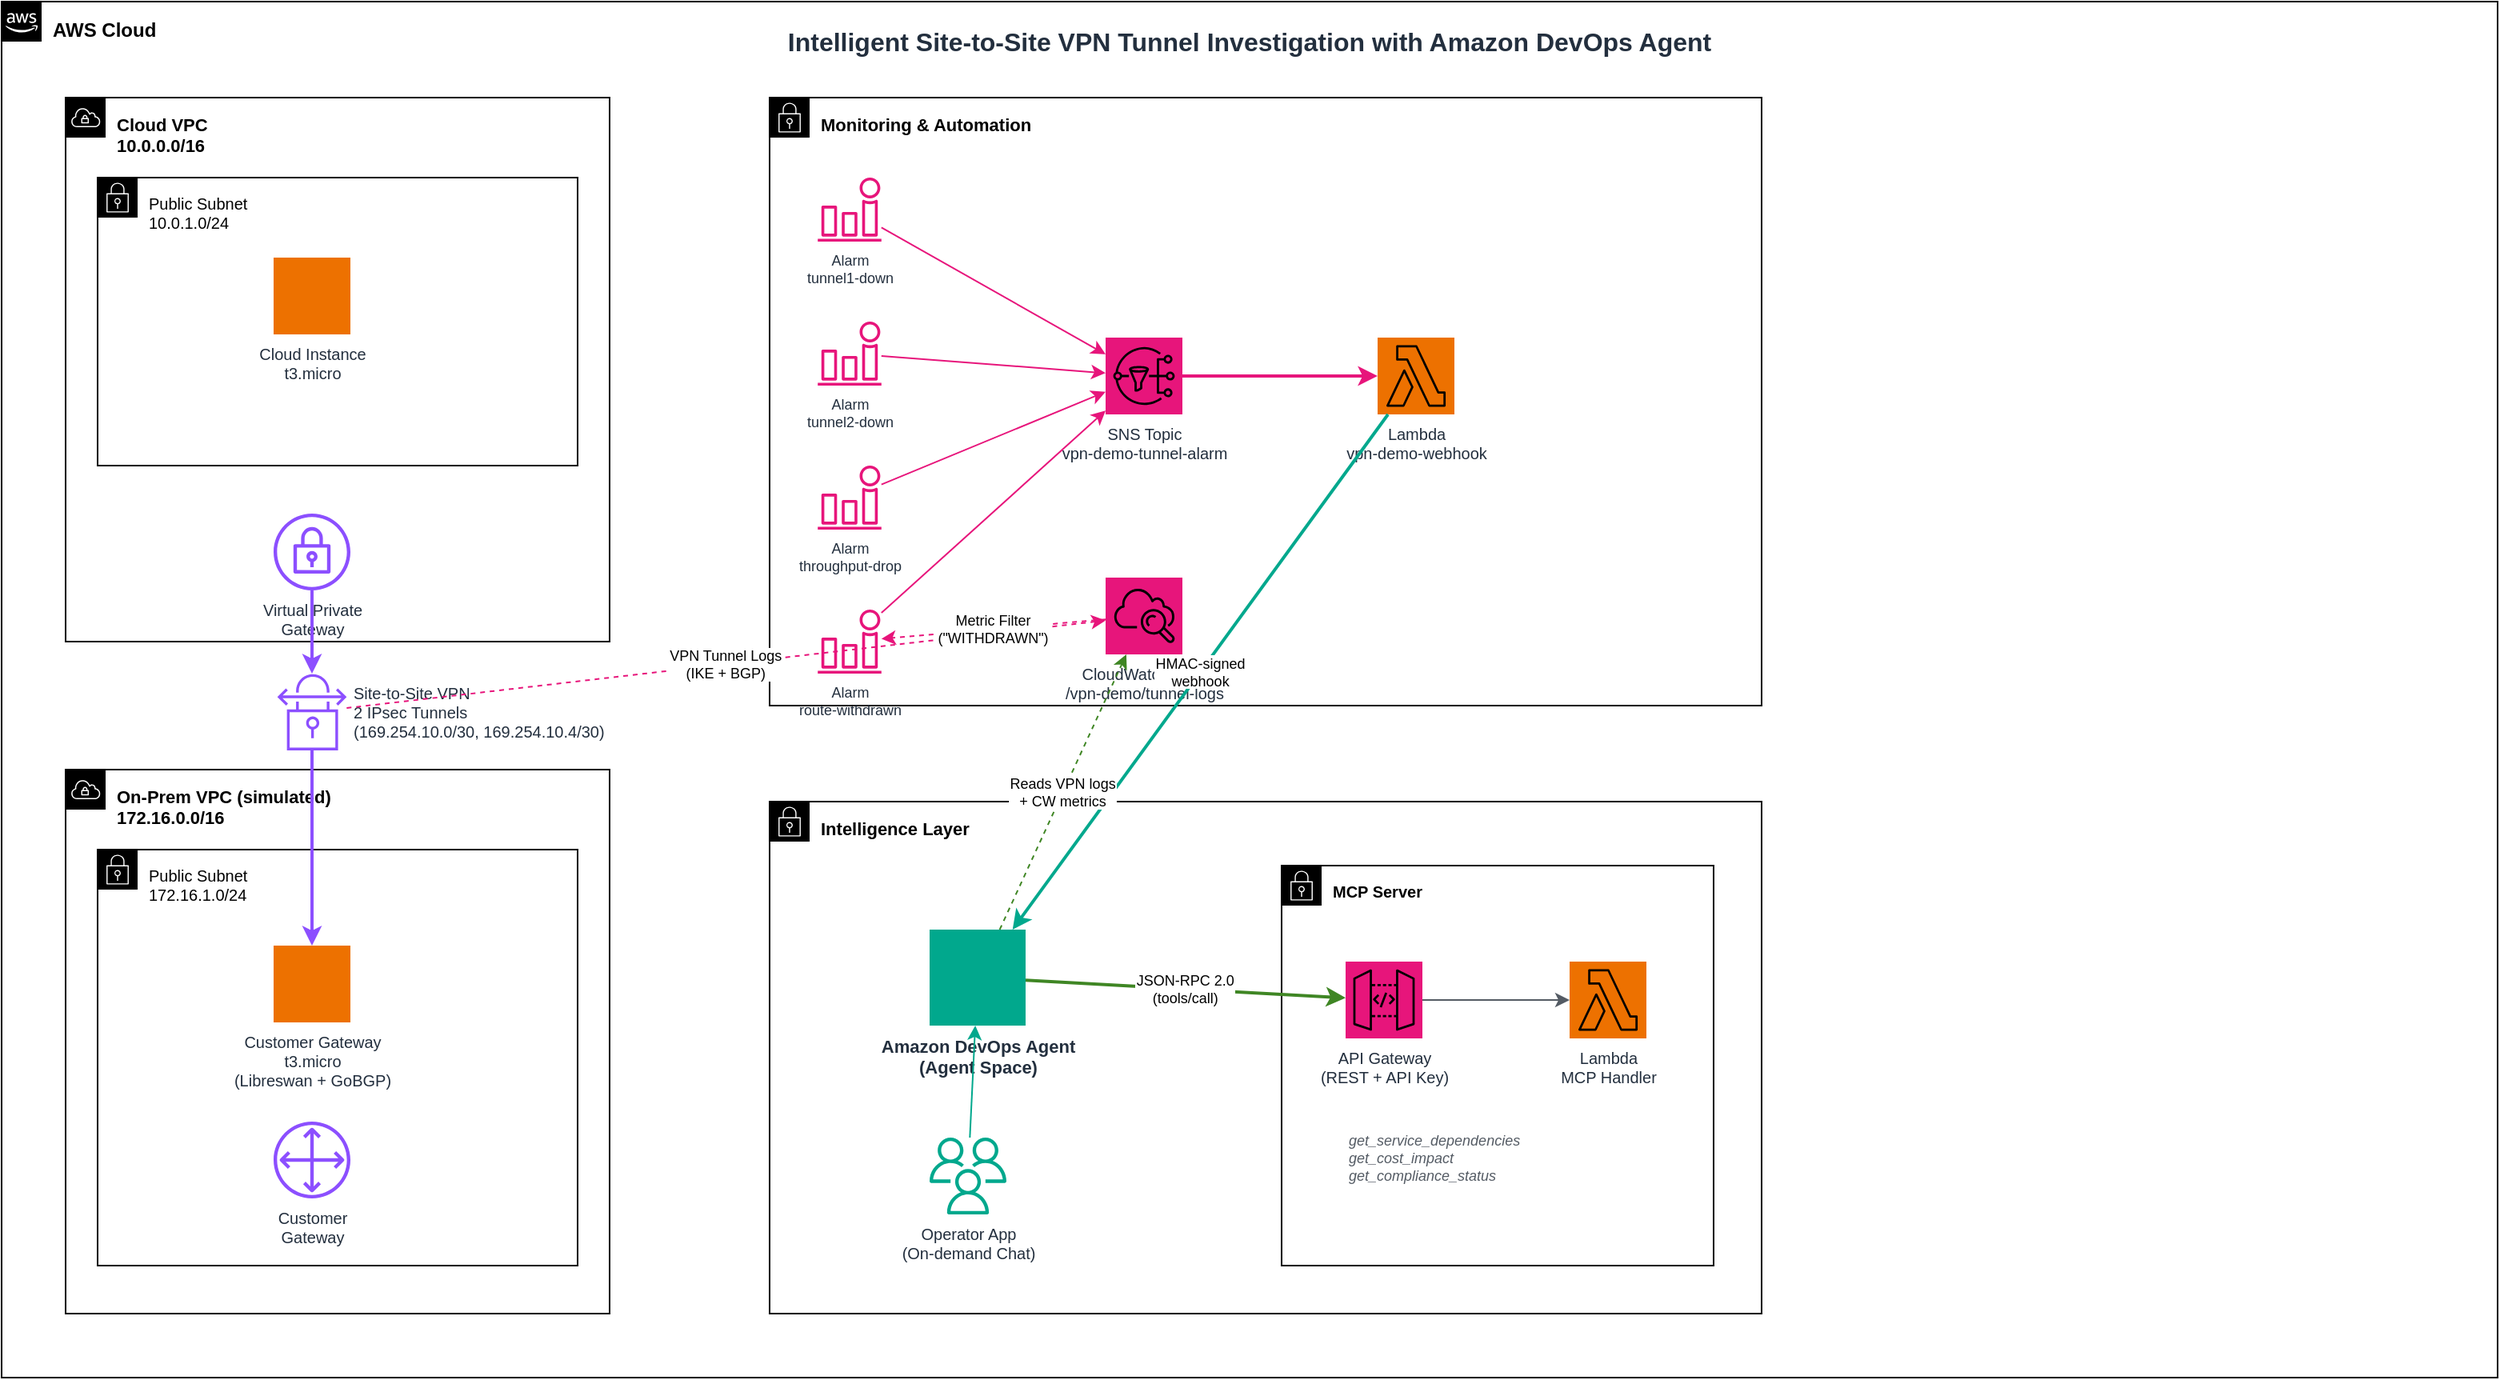
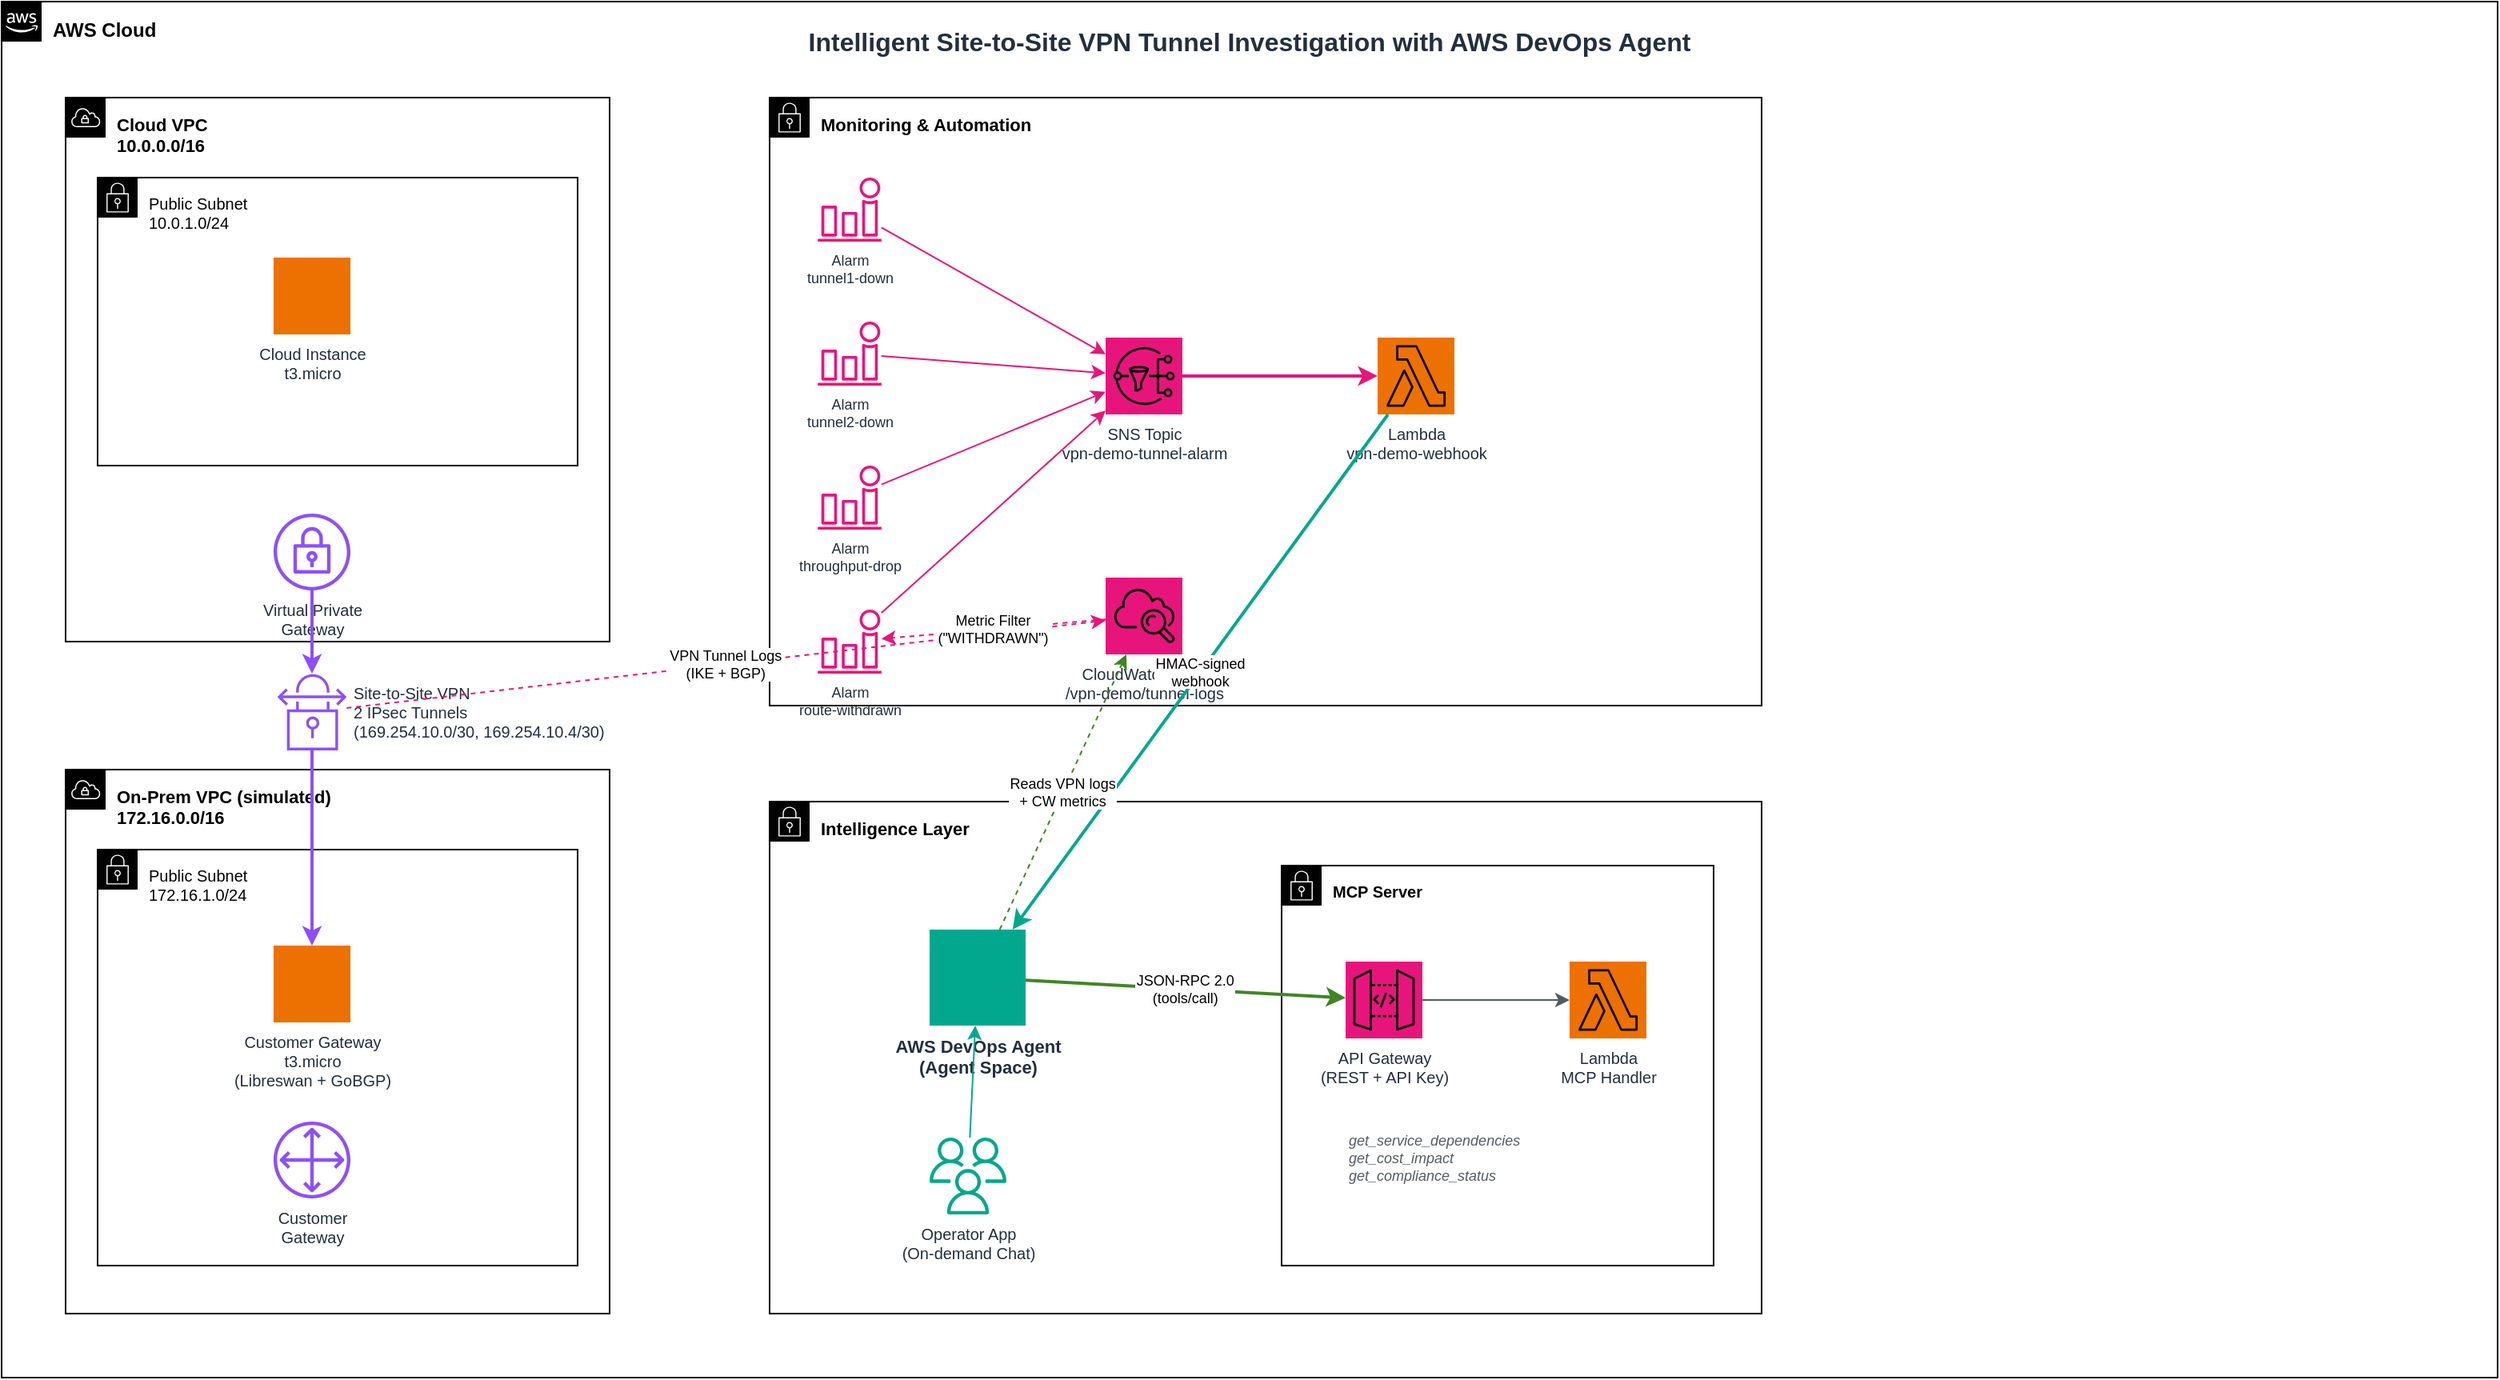
<mxfile host="app.diagrams.net" modified="2026-04-20T22:37:00.000Z" agent="draw.io" version="24.0.0" type="device">
  <diagram id="vpn-devops-agent-architecture" name="Architecture">
    <mxGraphModel dx="1422" dy="762" grid="1" gridSize="10" guides="1" tooltips="1" connect="1" arrows="1" fold="1" page="1" pageScale="1" pageWidth="1600" pageHeight="900" math="0" shadow="0">
      <root>
        <mxCell id="0" />
        <mxCell id="1" parent="0" />

        <!-- AWS Cloud boundary -->
        <mxCell id="aws-cloud" value="AWS Cloud" style="points=[[0,0],[0.25,0],[0.5,0],[0.75,0],[1,0],[1,0.25],[1,0.5],[1,0.75],[1,1],[0.75,1],[0.5,1],[0.25,1],[0,1],[0,0.75],[0,0.5],[0,0.25]];outlineConnect=0;gradientColor=none;html=1;whiteSpace=wrap;fontSize=12;fontStyle=1;shape=mxgraph.aws4.group;grIcon=mxgraph.aws4.group_aws_cloud_alt;stroke=#232F3E;fillColor=none;verticalAlign=top;align=left;spacingLeft=30;spacingTop=4;dashed=0;" vertex="1" parent="1">
          <mxGeometry x="20" y="20" width="1560" height="860" as="geometry" />
        </mxCell>

        <!-- Cloud VPC -->
        <mxCell id="cloud-vpc" value="Cloud VPC&#xa;10.0.0.0/16" style="points=[[0,0],[0.25,0],[0.5,0],[0.75,0],[1,0],[1,0.25],[1,0.5],[1,0.75],[1,1],[0.75,1],[0.5,1],[0.25,1],[0,1],[0,0.75],[0,0.5],[0,0.25]];outlineConnect=0;gradientColor=none;html=1;whiteSpace=wrap;fontSize=11;fontStyle=1;shape=mxgraph.aws4.group;grIcon=mxgraph.aws4.group_vpc;stroke=#248814;fillColor=none;verticalAlign=top;align=left;spacingLeft=30;spacingTop=4;dashed=0;" vertex="1" parent="1">
          <mxGeometry x="60" y="80" width="340" height="340" as="geometry" />
        </mxCell>

        <!-- Cloud Subnet -->
        <mxCell id="cloud-subnet" value="Public Subnet&#xa;10.0.1.0/24" style="points=[[0,0],[0.25,0],[0.5,0],[0.75,0],[1,0],[1,0.25],[1,0.5],[1,0.75],[1,1],[0.75,1],[0.5,1],[0.25,1],[0,1],[0,0.75],[0,0.5],[0,0.25]];outlineConnect=0;gradientColor=none;html=1;whiteSpace=wrap;fontSize=10;fontStyle=0;shape=mxgraph.aws4.group;grIcon=mxgraph.aws4.group_security_group;stroke=#7AA116;fillColor=none;verticalAlign=top;align=left;spacingLeft=30;spacingTop=4;dashed=0;" vertex="1" parent="1">
          <mxGeometry x="80" y="130" width="300" height="180" as="geometry" />
        </mxCell>

        <!-- Cloud Instance -->
        <mxCell id="cloud-instance" value="Cloud Instance&#xa;t3.micro" style="outlineConnect=0;fontColor=#232F3E;gradientColor=none;fillColor=#ED7100;strokeColor=none;dashed=0;verticalLabelPosition=bottom;verticalAlign=top;align=center;html=1;fontSize=10;fontStyle=0;aspect=fixed;pointerEvents=1;shape=mxgraph.aws4.ec2_instance;" vertex="1" parent="1">
          <mxGeometry x="190" y="180" width="48" height="48" as="geometry" />
        </mxCell>

        <!-- VGW -->
        <mxCell id="vgw" value="Virtual Private&#xa;Gateway" style="outlineConnect=0;fontColor=#232F3E;gradientColor=none;fillColor=#8C4FFF;strokeColor=none;dashed=0;verticalLabelPosition=bottom;verticalAlign=top;align=center;html=1;fontSize=10;fontStyle=0;aspect=fixed;pointerEvents=1;shape=mxgraph.aws4.vpn_gateway;" vertex="1" parent="1">
          <mxGeometry x="190" y="340" width="48" height="48" as="geometry" />
        </mxCell>

        <!-- On-Prem VPC -->
        <mxCell id="onprem-vpc" value="On-Prem VPC (simulated)&#xa;172.16.0.0/16" style="points=[[0,0],[0.25,0],[0.5,0],[0.75,0],[1,0],[1,0.25],[1,0.5],[1,0.75],[1,1],[0.75,1],[0.5,1],[0.25,1],[0,1],[0,0.75],[0,0.5],[0,0.25]];outlineConnect=0;gradientColor=none;html=1;whiteSpace=wrap;fontSize=11;fontStyle=1;shape=mxgraph.aws4.group;grIcon=mxgraph.aws4.group_vpc;stroke=#DF8C12;fillColor=none;verticalAlign=top;align=left;spacingLeft=30;spacingTop=4;dashed=0;" vertex="1" parent="1">
          <mxGeometry x="60" y="500" width="340" height="340" as="geometry" />
        </mxCell>

        <!-- On-Prem Subnet -->
        <mxCell id="onprem-subnet" value="Public Subnet&#xa;172.16.1.0/24" style="points=[[0,0],[0.25,0],[0.5,0],[0.75,0],[1,0],[1,0.25],[1,0.5],[1,0.75],[1,1],[0.75,1],[0.5,1],[0.25,1],[0,1],[0,0.75],[0,0.5],[0,0.25]];outlineConnect=0;gradientColor=none;html=1;whiteSpace=wrap;fontSize=10;fontStyle=0;shape=mxgraph.aws4.group;grIcon=mxgraph.aws4.group_security_group;stroke=#7AA116;fillColor=none;verticalAlign=top;align=left;spacingLeft=30;spacingTop=4;dashed=0;" vertex="1" parent="1">
          <mxGeometry x="80" y="550" width="300" height="260" as="geometry" />
        </mxCell>

        <!-- CGW Instance -->
        <mxCell id="cgw-instance" value="Customer Gateway&#xa;t3.micro&#xa;(Libreswan + GoBGP)" style="outlineConnect=0;fontColor=#232F3E;gradientColor=none;fillColor=#ED7100;strokeColor=none;dashed=0;verticalLabelPosition=bottom;verticalAlign=top;align=center;html=1;fontSize=10;fontStyle=0;aspect=fixed;pointerEvents=1;shape=mxgraph.aws4.ec2_instance;" vertex="1" parent="1">
          <mxGeometry x="190" y="610" width="48" height="48" as="geometry" />
        </mxCell>

        <!-- Customer Gateway resource -->
        <mxCell id="cgw-resource" value="Customer&#xa;Gateway" style="outlineConnect=0;fontColor=#232F3E;gradientColor=none;fillColor=#8C4FFF;strokeColor=none;dashed=0;verticalLabelPosition=bottom;verticalAlign=top;align=center;html=1;fontSize=10;fontStyle=0;aspect=fixed;pointerEvents=1;shape=mxgraph.aws4.customer_gateway;" vertex="1" parent="1">
          <mxGeometry x="190" y="720" width="48" height="48" as="geometry" />
        </mxCell>

        <!-- VPN Connection -->
        <mxCell id="vpn-conn" value="Site-to-Site VPN&#xa;2 IPsec Tunnels&#xa;(169.254.10.0/30, 169.254.10.4/30)" style="outlineConnect=0;fontColor=#232F3E;gradientColor=none;fillColor=#8C4FFF;strokeColor=none;dashed=0;verticalLabelPosition=middle;verticalAlign=middle;align=left;html=1;fontSize=10;fontStyle=0;aspect=fixed;pointerEvents=1;shape=mxgraph.aws4.site_to_site_vpn;labelPosition=right;" vertex="1" parent="1">
          <mxGeometry x="190" y="440" width="48" height="48" as="geometry" />
        </mxCell>

        <!-- VPN arrows -->
        <mxCell id="vpn-arrow1" style="edgeStyle=orthogonalEdgeStyle;rounded=1;orthogonalLoop=1;jettySize=auto;exitX=0.5;exitY=1;exitDx=0;exitDy=0;entryX=0.5;entryY=0;entryDx=0;entryDy=0;strokeColor=#8C4FFF;strokeWidth=2;" edge="1" source="vgw" target="vpn-conn" parent="1">
          <mxGeometry relative="1" as="geometry" />
        </mxCell>
        <mxCell id="vpn-arrow2" style="edgeStyle=orthogonalEdgeStyle;rounded=1;orthogonalLoop=1;jettySize=auto;exitX=0.5;exitY=1;exitDx=0;exitDy=0;entryX=0.5;entryY=0;entryDx=0;entryDy=0;strokeColor=#8C4FFF;strokeWidth=2;" edge="1" source="vpn-conn" target="cgw-instance" parent="1">
          <mxGeometry relative="1" as="geometry" />
        </mxCell>

        <!-- Monitoring Group -->
        <mxCell id="monitoring-group" value="Monitoring &amp; Automation" style="points=[[0,0],[0.25,0],[0.5,0],[0.75,0],[1,0],[1,0.25],[1,0.5],[1,0.75],[1,1],[0.75,1],[0.5,1],[0.25,1],[0,1],[0,0.75],[0,0.5],[0,0.25]];outlineConnect=0;gradientColor=none;html=1;whiteSpace=wrap;fontSize=11;fontStyle=1;shape=mxgraph.aws4.group;grIcon=mxgraph.aws4.group_security_group;stroke=#147EBA;fillColor=none;verticalAlign=top;align=left;spacingLeft=30;spacingTop=4;dashed=0;" vertex="1" parent="1">
          <mxGeometry x="500" y="80" width="620" height="380" as="geometry" />
        </mxCell>

        <!-- CloudWatch Alarms -->
        <mxCell id="cw-alarm-tunnel1" value="Alarm&#xa;tunnel1-down" style="outlineConnect=0;fontColor=#232F3E;gradientColor=none;fillColor=#E7157B;strokeColor=none;dashed=0;verticalLabelPosition=bottom;verticalAlign=top;align=center;html=1;fontSize=9;fontStyle=0;aspect=fixed;pointerEvents=1;shape=mxgraph.aws4.alarm;" vertex="1" parent="1">
          <mxGeometry x="530" y="130" width="40" height="40" as="geometry" />
        </mxCell>
        <mxCell id="cw-alarm-tunnel2" value="Alarm&#xa;tunnel2-down" style="outlineConnect=0;fontColor=#232F3E;gradientColor=none;fillColor=#E7157B;strokeColor=none;dashed=0;verticalLabelPosition=bottom;verticalAlign=top;align=center;html=1;fontSize=9;fontStyle=0;aspect=fixed;pointerEvents=1;shape=mxgraph.aws4.alarm;" vertex="1" parent="1">
          <mxGeometry x="530" y="220" width="40" height="40" as="geometry" />
        </mxCell>
        <mxCell id="cw-alarm-throughput" value="Alarm&#xa;throughput-drop" style="outlineConnect=0;fontColor=#232F3E;gradientColor=none;fillColor=#E7157B;strokeColor=none;dashed=0;verticalLabelPosition=bottom;verticalAlign=top;align=center;html=1;fontSize=9;fontStyle=0;aspect=fixed;pointerEvents=1;shape=mxgraph.aws4.alarm;" vertex="1" parent="1">
          <mxGeometry x="530" y="310" width="40" height="40" as="geometry" />
        </mxCell>
        <mxCell id="cw-alarm-route" value="Alarm&#xa;route-withdrawn" style="outlineConnect=0;fontColor=#232F3E;gradientColor=none;fillColor=#E7157B;strokeColor=none;dashed=0;verticalLabelPosition=bottom;verticalAlign=top;align=center;html=1;fontSize=9;fontStyle=0;aspect=fixed;pointerEvents=1;shape=mxgraph.aws4.alarm;" vertex="1" parent="1">
          <mxGeometry x="530" y="400" width="40" height="40" as="geometry" />
        </mxCell>

        <!-- SNS Topic -->
        <mxCell id="sns-topic" value="SNS Topic&#xa;vpn-demo-tunnel-alarm" style="outlineConnect=0;fontColor=#232F3E;gradientColor=none;fillColor=#E7157B;strokeColor=none;dashed=0;verticalLabelPosition=bottom;verticalAlign=top;align=center;html=1;fontSize=10;fontStyle=0;aspect=fixed;pointerEvents=1;shape=mxgraph.aws4.resourceIcon;resIcon=mxgraph.aws4.sns;" vertex="1" parent="1">
          <mxGeometry x="710" y="230" width="48" height="48" as="geometry" />
        </mxCell>

        <!-- Lambda webhook -->
        <mxCell id="lambda-webhook" value="Lambda&#xa;vpn-demo-webhook" style="outlineConnect=0;fontColor=#232F3E;gradientColor=none;fillColor=#ED7100;strokeColor=none;dashed=0;verticalLabelPosition=bottom;verticalAlign=top;align=center;html=1;fontSize=10;fontStyle=0;aspect=fixed;pointerEvents=1;shape=mxgraph.aws4.resourceIcon;resIcon=mxgraph.aws4.lambda;" vertex="1" parent="1">
          <mxGeometry x="880" y="230" width="48" height="48" as="geometry" />
        </mxCell>

        <!-- CloudWatch Logs -->
        <mxCell id="cw-logs" value="CloudWatch Logs&#xa;/vpn-demo/tunnel-logs" style="outlineConnect=0;fontColor=#232F3E;gradientColor=none;fillColor=#E7157B;strokeColor=none;dashed=0;verticalLabelPosition=bottom;verticalAlign=top;align=center;html=1;fontSize=10;fontStyle=0;aspect=fixed;pointerEvents=1;shape=mxgraph.aws4.resourceIcon;resIcon=mxgraph.aws4.cloudwatch;" vertex="1" parent="1">
          <mxGeometry x="710" y="380" width="48" height="48" as="geometry" />
        </mxCell>

        <!-- Alarm to SNS arrows -->
        <mxCell id="alarm1-sns" style="rounded=1;orthogonalLoop=1;jettySize=auto;strokeColor=#E7157B;" edge="1" source="cw-alarm-tunnel1" target="sns-topic" parent="1">
          <mxGeometry relative="1" as="geometry" />
        </mxCell>
        <mxCell id="alarm2-sns" style="rounded=1;orthogonalLoop=1;jettySize=auto;strokeColor=#E7157B;" edge="1" source="cw-alarm-tunnel2" target="sns-topic" parent="1">
          <mxGeometry relative="1" as="geometry" />
        </mxCell>
        <mxCell id="alarm3-sns" style="rounded=1;orthogonalLoop=1;jettySize=auto;strokeColor=#E7157B;" edge="1" source="cw-alarm-throughput" target="sns-topic" parent="1">
          <mxGeometry relative="1" as="geometry" />
        </mxCell>
        <mxCell id="alarm4-sns" style="rounded=1;orthogonalLoop=1;jettySize=auto;strokeColor=#E7157B;" edge="1" source="cw-alarm-route" target="sns-topic" parent="1">
          <mxGeometry relative="1" as="geometry" />
        </mxCell>

        <!-- SNS to Lambda -->
        <mxCell id="sns-lambda" style="rounded=1;orthogonalLoop=1;jettySize=auto;strokeColor=#E7157B;strokeWidth=2;" edge="1" source="sns-topic" target="lambda-webhook" parent="1">
          <mxGeometry relative="1" as="geometry" />
        </mxCell>

        <!-- VPN logs arrow -->
        <mxCell id="vpn-logs-arrow" value="VPN Tunnel Logs&#xa;(IKE + BGP)" style="rounded=1;orthogonalLoop=1;jettySize=auto;strokeColor=#E7157B;strokeWidth=1;dashed=1;fontSize=9;" edge="1" source="vpn-conn" target="cw-logs" parent="1">
          <mxGeometry relative="1" as="geometry" />
        </mxCell>

        <!-- Metric filter arrow -->
        <mxCell id="metric-filter-arrow" value="Metric Filter&#xa;(&quot;WITHDRAWN&quot;)" style="rounded=1;orthogonalLoop=1;jettySize=auto;strokeColor=#E7157B;strokeWidth=1;dashed=1;fontSize=9;" edge="1" source="cw-logs" target="cw-alarm-route" parent="1">
          <mxGeometry relative="1" as="geometry" />
        </mxCell>

        <!-- Intelligence Group -->
        <mxCell id="intelligence-group" value="Intelligence Layer" style="points=[[0,0],[0.25,0],[0.5,0],[0.75,0],[1,0],[1,0.25],[1,0.5],[1,0.75],[1,1],[0.75,1],[0.5,1],[0.25,1],[0,1],[0,0.75],[0,0.5],[0,0.25]];outlineConnect=0;gradientColor=none;html=1;whiteSpace=wrap;fontSize=11;fontStyle=1;shape=mxgraph.aws4.group;grIcon=mxgraph.aws4.group_security_group;stroke=#3F8624;fillColor=none;verticalAlign=top;align=left;spacingLeft=30;spacingTop=4;dashed=0;" vertex="1" parent="1">
          <mxGeometry x="500" y="520" width="620" height="320" as="geometry" />
        </mxCell>

        <!-- DevOps Agent -->
-         <mxCell id="devops-agent" value="Amazon DevOps Agent&#xa;(Agent Space)" style="outlineConnect=0;fontColor=#232F3E;gradientColor=none;fillColor=#01A88D;strokeColor=none;dashed=0;verticalLabelPosition=bottom;verticalAlign=top;align=center;html=1;fontSize=11;fontStyle=1;aspect=fixed;pointerEvents=1;shape=mxgraph.aws4.resourceIcon;resIcon=mxgraph.aws4.machinelearning;" vertex="1" parent="1">
+         <mxCell id="devops-agent" value="AWS DevOps Agent&#xa;(Agent Space)" style="outlineConnect=0;fontColor=#232F3E;gradientColor=none;fillColor=#01A88D;strokeColor=none;dashed=0;verticalLabelPosition=bottom;verticalAlign=top;align=center;html=1;fontSize=11;fontStyle=1;aspect=fixed;pointerEvents=1;shape=mxgraph.aws4.resourceIcon;resIcon=mxgraph.aws4.machinelearning;" vertex="1" parent="1">
          <mxGeometry x="600" y="600" width="60" height="60" as="geometry" />
        </mxCell>

        <!-- Lambda webhook to DevOps Agent -->
        <mxCell id="webhook-agent" value="HMAC-signed&#xa;webhook" style="rounded=1;orthogonalLoop=1;jettySize=auto;strokeColor=#01A88D;strokeWidth=2;fontSize=9;" edge="1" source="lambda-webhook" target="devops-agent" parent="1">
          <mxGeometry relative="1" as="geometry" />
        </mxCell>

        <!-- MCP Server group -->
        <mxCell id="mcp-group" value="MCP Server" style="points=[[0,0],[0.25,0],[0.5,0],[0.75,0],[1,0],[1,0.25],[1,0.5],[1,0.75],[1,1],[0.75,1],[0.5,1],[0.25,1],[0,1],[0,0.75],[0,0.5],[0,0.25]];outlineConnect=0;gradientColor=none;html=1;whiteSpace=wrap;fontSize=10;fontStyle=1;shape=mxgraph.aws4.group;grIcon=mxgraph.aws4.group_security_group;stroke=#545B64;fillColor=none;verticalAlign=top;align=left;spacingLeft=30;spacingTop=4;dashed=0;" vertex="1" parent="1">
          <mxGeometry x="820" y="560" width="270" height="250" as="geometry" />
        </mxCell>

        <!-- API Gateway -->
        <mxCell id="api-gw" value="API Gateway&#xa;(REST + API Key)" style="outlineConnect=0;fontColor=#232F3E;gradientColor=none;fillColor=#E7157B;strokeColor=none;dashed=0;verticalLabelPosition=bottom;verticalAlign=top;align=center;html=1;fontSize=10;fontStyle=0;aspect=fixed;pointerEvents=1;shape=mxgraph.aws4.resourceIcon;resIcon=mxgraph.aws4.api_gateway;" vertex="1" parent="1">
          <mxGeometry x="860" y="620" width="48" height="48" as="geometry" />
        </mxCell>

        <!-- MCP Lambda -->
        <mxCell id="mcp-lambda" value="Lambda&#xa;MCP Handler" style="outlineConnect=0;fontColor=#232F3E;gradientColor=none;fillColor=#ED7100;strokeColor=none;dashed=0;verticalLabelPosition=bottom;verticalAlign=top;align=center;html=1;fontSize=10;fontStyle=0;aspect=fixed;pointerEvents=1;shape=mxgraph.aws4.resourceIcon;resIcon=mxgraph.aws4.lambda;" vertex="1" parent="1">
          <mxGeometry x="1000" y="620" width="48" height="48" as="geometry" />
        </mxCell>

        <!-- API GW to Lambda -->
        <mxCell id="apigw-lambda" style="rounded=1;orthogonalLoop=1;jettySize=auto;strokeColor=#545B64;" edge="1" source="api-gw" target="mcp-lambda" parent="1">
          <mxGeometry relative="1" as="geometry" />
        </mxCell>

        <!-- MCP Tools labels -->
        <mxCell id="mcp-tools" value="get_service_dependencies&#xa;get_cost_impact&#xa;get_compliance_status" style="text;html=1;align=left;verticalAlign=top;whiteSpace=wrap;rounded=0;fontSize=9;fontColor=#545B64;fontStyle=2;" vertex="1" parent="1">
          <mxGeometry x="860" y="720" width="200" height="60" as="geometry" />
        </mxCell>

        <!-- DevOps Agent to MCP -->
        <mxCell id="agent-mcp" value="JSON-RPC 2.0&#xa;(tools/call)" style="rounded=1;orthogonalLoop=1;jettySize=auto;strokeColor=#3F8624;strokeWidth=2;fontSize=9;" edge="1" source="devops-agent" target="api-gw" parent="1">
          <mxGeometry relative="1" as="geometry" />
        </mxCell>

        <!-- DevOps Agent reads logs -->
        <mxCell id="agent-logs" value="Reads VPN logs&#xa;+ CW metrics" style="rounded=1;orthogonalLoop=1;jettySize=auto;strokeColor=#3F8624;strokeWidth=1;dashed=1;fontSize=9;" edge="1" source="devops-agent" target="cw-logs" parent="1">
          <mxGeometry relative="1" as="geometry" />
        </mxCell>

        <!-- Operator App -->
        <mxCell id="operator-app" value="Operator App&#xa;(On-demand Chat)" style="outlineConnect=0;fontColor=#232F3E;gradientColor=none;fillColor=#01A88D;strokeColor=none;dashed=0;verticalLabelPosition=bottom;verticalAlign=top;align=center;html=1;fontSize=10;fontStyle=0;aspect=fixed;pointerEvents=1;shape=mxgraph.aws4.users;" vertex="1" parent="1">
          <mxGeometry x="600" y="730" width="48" height="48" as="geometry" />
        </mxCell>

        <!-- Operator to Agent -->
        <mxCell id="operator-agent" style="rounded=1;orthogonalLoop=1;jettySize=auto;strokeColor=#01A88D;strokeWidth=1;" edge="1" source="operator-app" target="devops-agent" parent="1">
          <mxGeometry relative="1" as="geometry" />
        </mxCell>

        <!-- Title -->
-         <mxCell id="title" value="Intelligent Site-to-Site VPN Tunnel Investigation with Amazon DevOps Agent" style="text;html=1;align=center;verticalAlign=middle;whiteSpace=wrap;rounded=0;fontSize=16;fontStyle=1;fontColor=#232F3E;" vertex="1" parent="1">
+         <mxCell id="title" value="Intelligent Site-to-Site VPN Tunnel Investigation with AWS DevOps Agent" style="text;html=1;align=center;verticalAlign=middle;whiteSpace=wrap;rounded=0;fontSize=16;fontStyle=1;fontColor=#232F3E;" vertex="1" parent="1">
          <mxGeometry x="500" y="30" width="600" height="30" as="geometry" />
        </mxCell>

      </root>
    </mxGraphModel>
  </diagram>
</mxfile>
